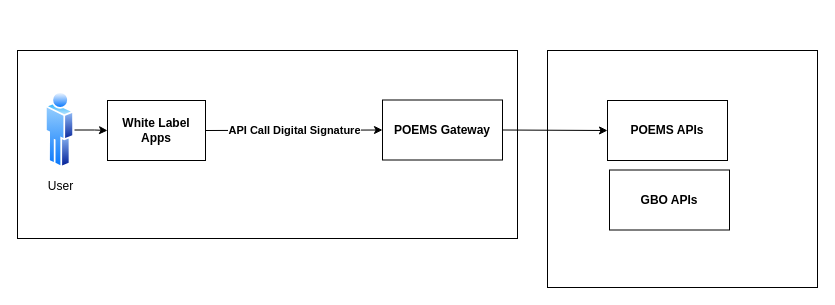
Above: Untitled Diagram.drawio in pspluse007/LBPSPLAOP (draw.io), before the change. Source tidied: cells renumbered, new cells numbered last; positions are measured from the earlier drawing's top-left corner, leaving out a move shared by most shapes. Both pictures are drawn from the tidied source at 100%, with x=0, y=0 at pixel (17, 50).
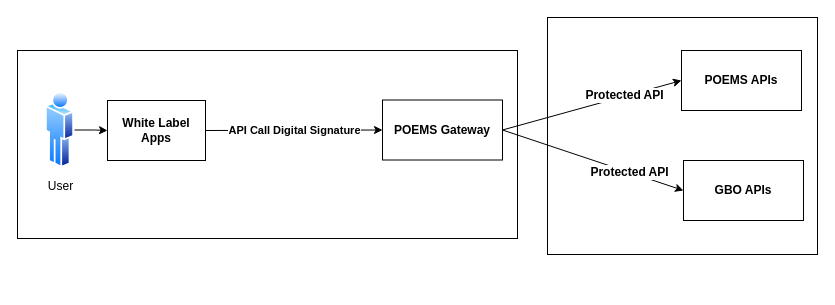
After the change.

The edit, as a diff of the source:
```diff
@@
 <mxGraphModel>
   <root>
     <mxCell id="0" />
     <mxCell id="1" parent="0" />
     <mxCell id="2" style="rounded=0;whiteSpace=wrap;html=1;" parent="1" vertex="1">
-      <mxGeometry x="530" width="270" height="237" as="geometry" />
+      <mxGeometry x="530" y="-33" width="270" height="237" as="geometry" />
     </mxCell>
     <mxCell id="3" style="rounded=0;whiteSpace=wrap;html=1;" parent="1" vertex="1">
       <mxGeometry width="500" height="188" as="geometry" />
     </mxCell>
     <mxCell id="4" value="&lt;b&gt;POEMS APIs&lt;/b&gt;" style="rounded=0;whiteSpace=wrap;html=1;" parent="1" vertex="1">
-      <mxGeometry x="590" y="50" width="120" height="60" as="geometry" />
+      <mxGeometry x="664" width="120" height="60" as="geometry" />
     </mxCell>
     <mxCell id="5" value="&lt;b&gt;GBO APIs&lt;/b&gt;" style="rounded=0;whiteSpace=wrap;html=1;" parent="1" vertex="1">
-      <mxGeometry x="592" y="119.5" width="120" height="60" as="geometry" />
+      <mxGeometry x="666" y="110" width="120" height="60" as="geometry" />
     </mxCell>
     <mxCell id="6" value="&lt;b&gt;White Label Apps&lt;/b&gt;" style="rounded=0;whiteSpace=wrap;html=1;" parent="1" vertex="1">
       <mxGeometry x="90" y="50" width="98" height="60" as="geometry" />
     </mxCell>
     <mxCell id="7" value="&lt;b&gt;POEMS Gateway&lt;/b&gt;" style="rounded=0;whiteSpace=wrap;html=1;" parent="1" vertex="1">
       <mxGeometry x="365" y="49.5" width="120" height="60" as="geometry" />
     </mxCell>
     <mxCell id="8" style="edgeStyle=orthogonalEdgeStyle;rounded=0;jettySize=auto;html=1;entryX=0;entryY=0.5;entryDx=0;entryDy=0;" parent="1" edge="1" source="9" target="6">
       <mxGeometry relative="1" as="geometry" />
     </mxCell>
     <mxCell id="9" value="User" style="perimeter=ellipsePerimeter;html=1;align=center;shadow=0;dashed=0;spacingTop=3;image;image=img/lib/active_directory/user.svg;" parent="1" vertex="1">
       <mxGeometry x="28" y="40.5" width="29" height="78" as="geometry" />
     </mxCell>
     <mxCell id="10" value="&lt;b&gt;API Call Digital Signature&lt;/b&gt;" style="endArrow=classic;html=1;exitX=1;exitY=0.5;exitDx=0;exitDy=0;entryX=0;entryY=0.5;entryDx=0;entryDy=0;" parent="1" edge="1" source="6" target="7">
       <mxGeometry relative="1" as="geometry" />
     </mxCell>
     <mxCell id="11" style="endArrow=classic;html=1;entryX=0;entryY=0.5;entryDx=0;entryDy=0;exitX=1;exitY=0.5;exitDx=0;exitDy=0;" parent="1" edge="1" source="7" target="4">
       <mxGeometry relative="1" as="geometry" />
     </mxCell>
+    <mxCell id="12" value="&lt;b&gt;Protected API&lt;/b&gt;" style="text;html=1;align=center;verticalAlign=middle;labelBackgroundColor=#ffffff;" parent="11" vertex="1">
+      <mxGeometry x="0.37" y="2" relative="1" as="geometry">
+        <mxPoint y="1" as="offset" />
+      </mxGeometry>
+    </mxCell>
+    <mxCell id="13" style="endArrow=classic;html=1;entryX=0;entryY=0.5;entryDx=0;entryDy=0;exitX=1;exitY=0.5;exitDx=0;exitDy=0;" parent="1" edge="1" source="7" target="5">
+      <mxGeometry relative="1" as="geometry" />
+    </mxCell>
+    <mxCell id="14" value="&lt;b&gt;Protected API&lt;/b&gt;" style="text;html=1;align=center;verticalAlign=middle;labelBackgroundColor=#ffffff;" parent="13" vertex="1">
+      <mxGeometry x="0.39" relative="1" as="geometry" />
+    </mxCell>
   </root>
 </mxGraphModel>
```
